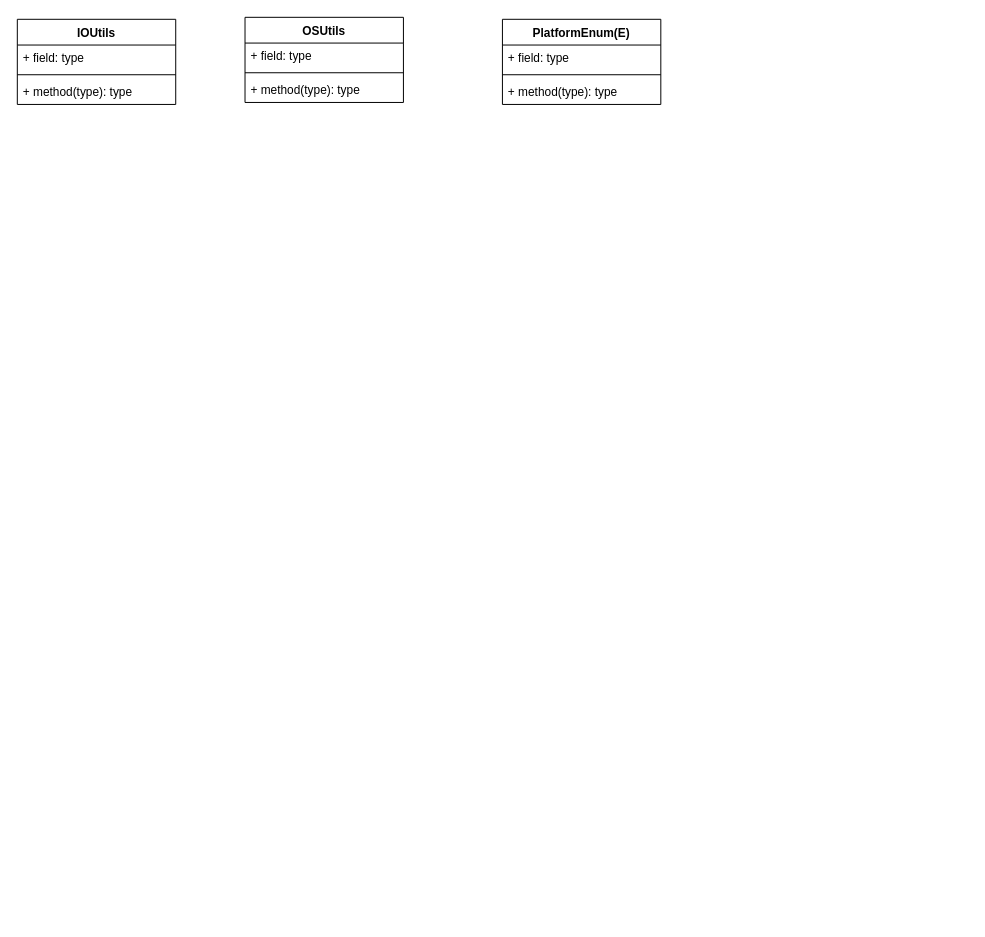
The draw.io diagram page "common" (7 of 13) of arthas.drawio in tadsimons/draw, before the edit. Source tidied: cells renumbered, new cells numbered last; positions are measured from the earlier drawing's top-left corner, leaving out a move shared by most shapes. Both pictures are drawn from the tidied source at 99%, with x=0, y=0 at pixel (17, 17).
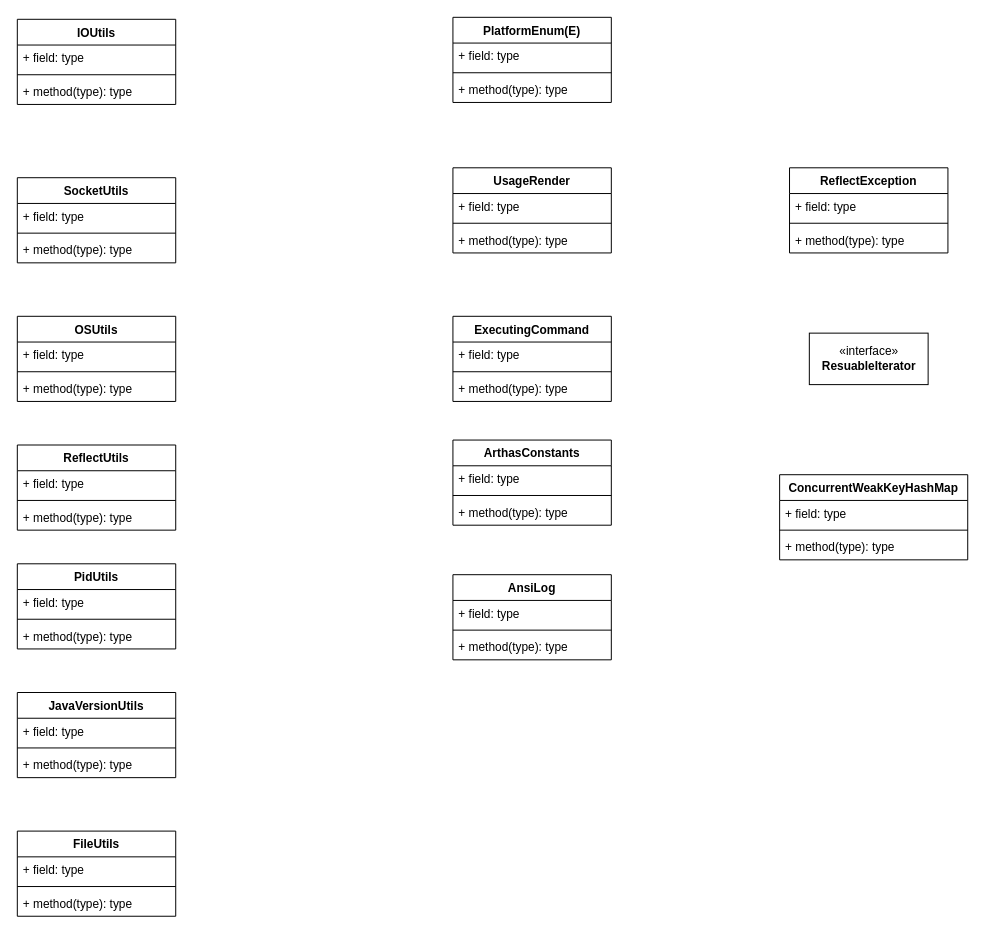
After the change.

Diff of the diagram source:
```diff
@@
     <mxCell id="6" value="OSUtils" style="swimlane;fontStyle=1;align=center;verticalAlign=top;horizontal=1;startSize=26;fillColor=#FFFFFF;" parent="1" vertex="1">
-      <mxGeometry x="230" width="160" height="86" as="geometry" />
+      <mxGeometry y="302" width="160" height="86" as="geometry" />
     </mxCell>
@@
     <mxCell id="10" value="PlatformEnum(E)" style="swimlane;fontStyle=1;align=center;verticalAlign=top;horizontal=1;startSize=26;fillColor=#FFFFFF;" parent="1" vertex="1">
-      <mxGeometry x="490" y="2" width="160" height="86" as="geometry" />
+      <mxGeometry x="440" width="160" height="86" as="geometry" />
     </mxCell>
@@
+    <mxCell id="14" value="SocketUtils" style="swimlane;fontStyle=1;align=center;verticalAlign=top;horizontal=1;startSize=26;fillColor=#FFFFFF;" parent="1" vertex="1">
+      <mxGeometry y="162" width="160" height="86" as="geometry" />
+    </mxCell>
+    <mxCell id="15" value="+ field: type" style="text;strokeColor=none;fillColor=none;align=left;verticalAlign=top;spacingLeft=4;spacingRight=4;overflow=hidden;" parent="14" vertex="1">
+      <mxGeometry y="26" width="160" height="26" as="geometry" />
+    </mxCell>
+    <mxCell id="16" style="line;strokeWidth=1;fillColor=none;align=left;verticalAlign=middle;spacingTop=-1;spacingLeft=3;spacingRight=3;labelPosition=right;" parent="14" vertex="1">
+      <mxGeometry y="52" width="160" height="8" as="geometry" />
+    </mxCell>
+    <mxCell id="17" value="+ method(type): type" style="text;strokeColor=none;fillColor=none;align=left;verticalAlign=top;spacingLeft=4;spacingRight=4;overflow=hidden;" parent="14" vertex="1">
+      <mxGeometry y="60" width="160" height="26" as="geometry" />
+    </mxCell>
+    <mxCell id="18" value="UsageRender" style="swimlane;fontStyle=1;align=center;verticalAlign=top;horizontal=1;startSize=26;fillColor=#FFFFFF;" parent="1" vertex="1">
+      <mxGeometry x="440" y="152" width="160" height="86" as="geometry" />
+    </mxCell>
+    <mxCell id="19" value="+ field: type" style="text;strokeColor=none;fillColor=none;align=left;verticalAlign=top;spacingLeft=4;spacingRight=4;overflow=hidden;" parent="18" vertex="1">
+      <mxGeometry y="26" width="160" height="26" as="geometry" />
+    </mxCell>
+    <mxCell id="20" style="line;strokeWidth=1;fillColor=none;align=left;verticalAlign=middle;spacingTop=-1;spacingLeft=3;spacingRight=3;labelPosition=right;" parent="18" vertex="1">
+      <mxGeometry y="52" width="160" height="8" as="geometry" />
+    </mxCell>
+    <mxCell id="21" value="+ method(type): type" style="text;strokeColor=none;fillColor=none;align=left;verticalAlign=top;spacingLeft=4;spacingRight=4;overflow=hidden;" parent="18" vertex="1">
+      <mxGeometry y="60" width="160" height="26" as="geometry" />
+    </mxCell>
+    <mxCell id="22" value="ReflectUtils" style="swimlane;fontStyle=1;align=center;verticalAlign=top;horizontal=1;startSize=26;fillColor=#FFFFFF;" parent="1" vertex="1">
+      <mxGeometry y="432" width="160" height="86" as="geometry" />
+    </mxCell>
+    <mxCell id="23" value="+ field: type" style="text;strokeColor=none;fillColor=none;align=left;verticalAlign=top;spacingLeft=4;spacingRight=4;overflow=hidden;" parent="22" vertex="1">
+      <mxGeometry y="26" width="160" height="26" as="geometry" />
+    </mxCell>
+    <mxCell id="24" style="line;strokeWidth=1;fillColor=none;align=left;verticalAlign=middle;spacingTop=-1;spacingLeft=3;spacingRight=3;labelPosition=right;" parent="22" vertex="1">
+      <mxGeometry y="52" width="160" height="8" as="geometry" />
+    </mxCell>
+    <mxCell id="25" value="+ method(type): type" style="text;strokeColor=none;fillColor=none;align=left;verticalAlign=top;spacingLeft=4;spacingRight=4;overflow=hidden;" parent="22" vertex="1">
+      <mxGeometry y="60" width="160" height="26" as="geometry" />
+    </mxCell>
+    <mxCell id="26" value="PidUtils" style="swimlane;fontStyle=1;align=center;verticalAlign=top;horizontal=1;startSize=26;fillColor=#FFFFFF;" parent="1" vertex="1">
+      <mxGeometry y="552" width="160" height="86" as="geometry" />
+    </mxCell>
+    <mxCell id="27" value="+ field: type" style="text;strokeColor=none;fillColor=none;align=left;verticalAlign=top;spacingLeft=4;spacingRight=4;overflow=hidden;" parent="26" vertex="1">
+      <mxGeometry y="26" width="160" height="26" as="geometry" />
+    </mxCell>
+    <mxCell id="28" style="line;strokeWidth=1;fillColor=none;align=left;verticalAlign=middle;spacingTop=-1;spacingLeft=3;spacingRight=3;labelPosition=right;" parent="26" vertex="1">
+      <mxGeometry y="52" width="160" height="8" as="geometry" />
+    </mxCell>
+    <mxCell id="29" value="+ method(type): type" style="text;strokeColor=none;fillColor=none;align=left;verticalAlign=top;spacingLeft=4;spacingRight=4;overflow=hidden;" parent="26" vertex="1">
+      <mxGeometry y="60" width="160" height="26" as="geometry" />
+    </mxCell>
+    <mxCell id="30" value="JavaVersionUtils" style="swimlane;fontStyle=1;align=center;verticalAlign=top;horizontal=1;startSize=26;fillColor=#FFFFFF;" parent="1" vertex="1">
+      <mxGeometry y="682" width="160" height="86" as="geometry" />
+    </mxCell>
+    <mxCell id="31" value="+ field: type" style="text;strokeColor=none;fillColor=none;align=left;verticalAlign=top;spacingLeft=4;spacingRight=4;overflow=hidden;" parent="30" vertex="1">
+      <mxGeometry y="26" width="160" height="26" as="geometry" />
+    </mxCell>
+    <mxCell id="32" style="line;strokeWidth=1;fillColor=none;align=left;verticalAlign=middle;spacingTop=-1;spacingLeft=3;spacingRight=3;labelPosition=right;" parent="30" vertex="1">
+      <mxGeometry y="52" width="160" height="8" as="geometry" />
+    </mxCell>
+    <mxCell id="33" value="+ method(type): type" style="text;strokeColor=none;fillColor=none;align=left;verticalAlign=top;spacingLeft=4;spacingRight=4;overflow=hidden;" parent="30" vertex="1">
+      <mxGeometry y="60" width="160" height="26" as="geometry" />
+    </mxCell>
+    <mxCell id="34" value="FileUtils" style="swimlane;fontStyle=1;align=center;verticalAlign=top;horizontal=1;startSize=26;fillColor=#FFFFFF;" parent="1" vertex="1">
+      <mxGeometry y="822" width="160" height="86" as="geometry" />
+    </mxCell>
+    <mxCell id="35" value="+ field: type" style="text;strokeColor=none;fillColor=none;align=left;verticalAlign=top;spacingLeft=4;spacingRight=4;overflow=hidden;" parent="34" vertex="1">
+      <mxGeometry y="26" width="160" height="26" as="geometry" />
+    </mxCell>
+    <mxCell id="36" style="line;strokeWidth=1;fillColor=none;align=left;verticalAlign=middle;spacingTop=-1;spacingLeft=3;spacingRight=3;labelPosition=right;" parent="34" vertex="1">
+      <mxGeometry y="52" width="160" height="8" as="geometry" />
+    </mxCell>
+    <mxCell id="37" value="+ method(type): type" style="text;strokeColor=none;fillColor=none;align=left;verticalAlign=top;spacingLeft=4;spacingRight=4;overflow=hidden;" parent="34" vertex="1">
+      <mxGeometry y="60" width="160" height="26" as="geometry" />
+    </mxCell>
+    <mxCell id="38" value="ExecutingCommand" style="swimlane;fontStyle=1;align=center;verticalAlign=top;horizontal=1;startSize=26;fillColor=#FFFFFF;" parent="1" vertex="1">
+      <mxGeometry x="440" y="302" width="160" height="86" as="geometry" />
+    </mxCell>
+    <mxCell id="39" value="+ field: type" style="text;strokeColor=none;fillColor=none;align=left;verticalAlign=top;spacingLeft=4;spacingRight=4;overflow=hidden;" parent="38" vertex="1">
+      <mxGeometry y="26" width="160" height="26" as="geometry" />
+    </mxCell>
+    <mxCell id="40" style="line;strokeWidth=1;fillColor=none;align=left;verticalAlign=middle;spacingTop=-1;spacingLeft=3;spacingRight=3;labelPosition=right;" parent="38" vertex="1">
+      <mxGeometry y="52" width="160" height="8" as="geometry" />
+    </mxCell>
+    <mxCell id="41" value="+ method(type): type" style="text;strokeColor=none;fillColor=none;align=left;verticalAlign=top;spacingLeft=4;spacingRight=4;overflow=hidden;" parent="38" vertex="1">
+      <mxGeometry y="60" width="160" height="26" as="geometry" />
+    </mxCell>
+    <mxCell id="42" value="ArthasConstants" style="swimlane;fontStyle=1;align=center;verticalAlign=top;horizontal=1;startSize=26;fillColor=#FFFFFF;" parent="1" vertex="1">
+      <mxGeometry x="440" y="427" width="160" height="86" as="geometry" />
+    </mxCell>
+    <mxCell id="43" value="+ field: type" style="text;strokeColor=none;fillColor=none;align=left;verticalAlign=top;spacingLeft=4;spacingRight=4;overflow=hidden;" parent="42" vertex="1">
+      <mxGeometry y="26" width="160" height="26" as="geometry" />
+    </mxCell>
+    <mxCell id="44" style="line;strokeWidth=1;fillColor=none;align=left;verticalAlign=middle;spacingTop=-1;spacingLeft=3;spacingRight=3;labelPosition=right;" parent="42" vertex="1">
+      <mxGeometry y="52" width="160" height="8" as="geometry" />
+    </mxCell>
+    <mxCell id="45" value="+ method(type): type" style="text;strokeColor=none;fillColor=none;align=left;verticalAlign=top;spacingLeft=4;spacingRight=4;overflow=hidden;" parent="42" vertex="1">
+      <mxGeometry y="60" width="160" height="26" as="geometry" />
+    </mxCell>
+    <mxCell id="46" value="ReflectException" style="swimlane;fontStyle=1;align=center;verticalAlign=top;horizontal=1;startSize=26;fillColor=#FFFFFF;" parent="1" vertex="1">
+      <mxGeometry x="780" y="152" width="160" height="86" as="geometry" />
+    </mxCell>
+    <mxCell id="47" value="+ field: type" style="text;strokeColor=none;fillColor=none;align=left;verticalAlign=top;spacingLeft=4;spacingRight=4;overflow=hidden;" parent="46" vertex="1">
+      <mxGeometry y="26" width="160" height="26" as="geometry" />
+    </mxCell>
+    <mxCell id="48" style="line;strokeWidth=1;fillColor=none;align=left;verticalAlign=middle;spacingTop=-1;spacingLeft=3;spacingRight=3;labelPosition=right;" parent="46" vertex="1">
+      <mxGeometry y="52" width="160" height="8" as="geometry" />
+    </mxCell>
+    <mxCell id="49" value="+ method(type): type" style="text;strokeColor=none;fillColor=none;align=left;verticalAlign=top;spacingLeft=4;spacingRight=4;overflow=hidden;" parent="46" vertex="1">
+      <mxGeometry y="60" width="160" height="26" as="geometry" />
+    </mxCell>
+    <mxCell id="50" value="AnsiLog" style="swimlane;fontStyle=1;align=center;verticalAlign=top;horizontal=1;startSize=26;fillColor=#FFFFFF;" parent="1" vertex="1">
+      <mxGeometry x="440" y="563" width="160" height="86" as="geometry" />
+    </mxCell>
+    <mxCell id="51" value="+ field: type" style="text;strokeColor=none;fillColor=none;align=left;verticalAlign=top;spacingLeft=4;spacingRight=4;overflow=hidden;" parent="50" vertex="1">
+      <mxGeometry y="26" width="160" height="26" as="geometry" />
+    </mxCell>
+    <mxCell id="52" style="line;strokeWidth=1;fillColor=none;align=left;verticalAlign=middle;spacingTop=-1;spacingLeft=3;spacingRight=3;labelPosition=right;" parent="50" vertex="1">
+      <mxGeometry y="52" width="160" height="8" as="geometry" />
+    </mxCell>
+    <mxCell id="53" value="+ method(type): type" style="text;strokeColor=none;fillColor=none;align=left;verticalAlign=top;spacingLeft=4;spacingRight=4;overflow=hidden;" parent="50" vertex="1">
+      <mxGeometry y="60" width="160" height="26" as="geometry" />
+    </mxCell>
+    <mxCell id="54" value="«interface»&lt;br&gt;&lt;b&gt;ResuableIterator&lt;/b&gt;" style="html=1;fillColor=#FFFFFF;" parent="1" vertex="1">
+      <mxGeometry x="800" y="319" width="120" height="52" as="geometry" />
+    </mxCell>
+    <mxCell id="55" value="ConcurrentWeakKeyHashMap" style="swimlane;fontStyle=1;align=center;verticalAlign=top;horizontal=1;startSize=26;fillColor=#FFFFFF;" parent="1" vertex="1">
+      <mxGeometry x="770" y="462" width="190" height="86" as="geometry" />
+    </mxCell>
+    <mxCell id="56" value="+ field: type" style="text;strokeColor=none;fillColor=none;align=left;verticalAlign=top;spacingLeft=4;spacingRight=4;overflow=hidden;" parent="55" vertex="1">
+      <mxGeometry y="26" width="190" height="26" as="geometry" />
+    </mxCell>
+    <mxCell id="57" style="line;strokeWidth=1;fillColor=none;align=left;verticalAlign=middle;spacingTop=-1;spacingLeft=3;spacingRight=3;labelPosition=right;" parent="55" vertex="1">
+      <mxGeometry y="52" width="190" height="8" as="geometry" />
+    </mxCell>
+    <mxCell id="58" value="+ method(type): type" style="text;strokeColor=none;fillColor=none;align=left;verticalAlign=top;spacingLeft=4;spacingRight=4;overflow=hidden;" parent="55" vertex="1">
+      <mxGeometry y="60" width="190" height="26" as="geometry" />
+    </mxCell>
```
